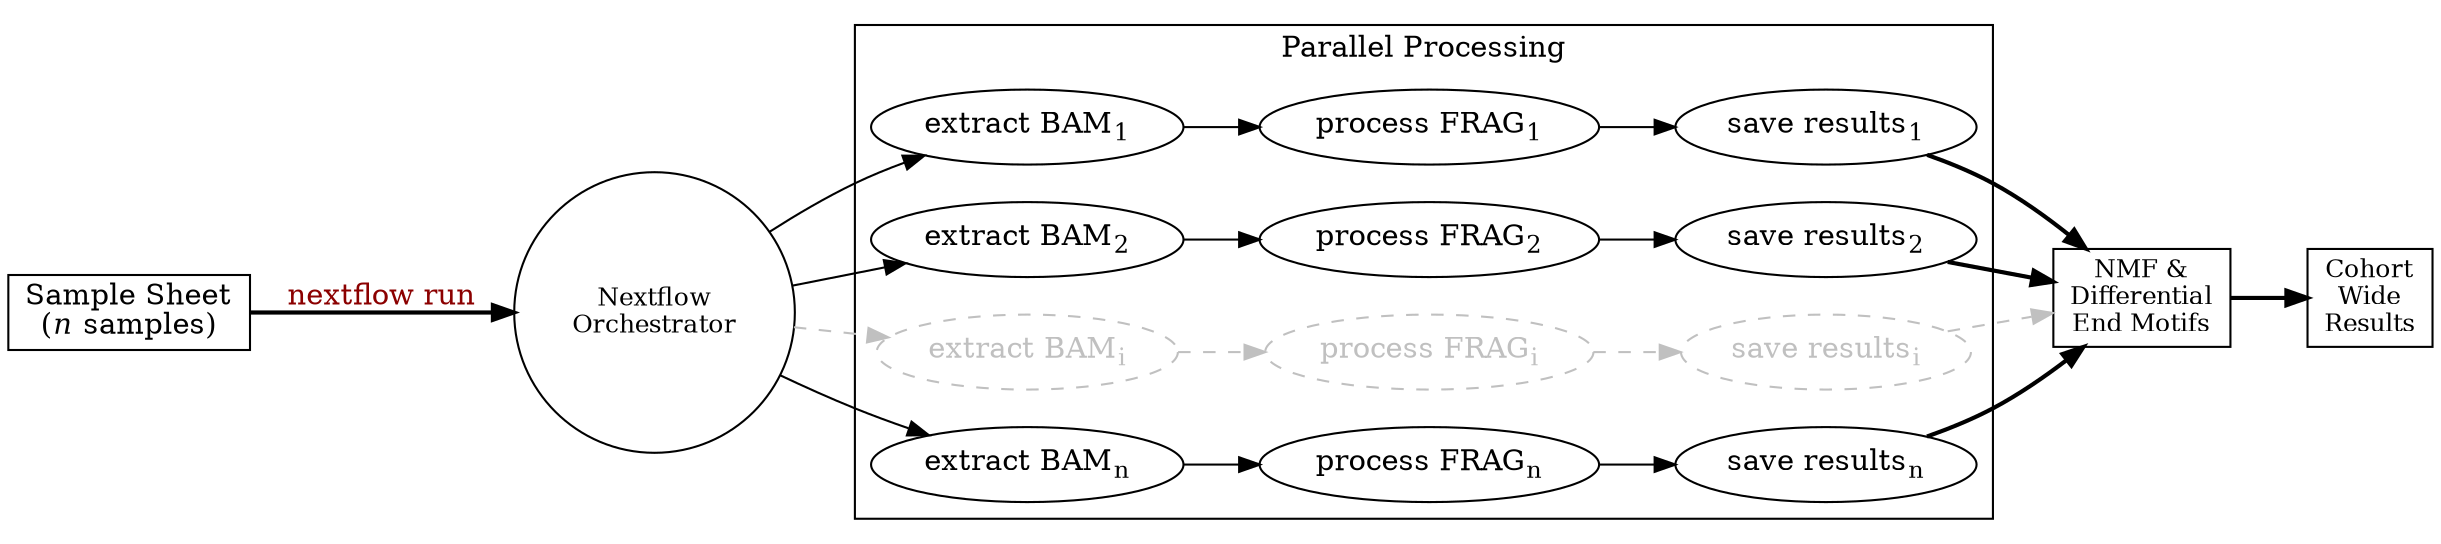
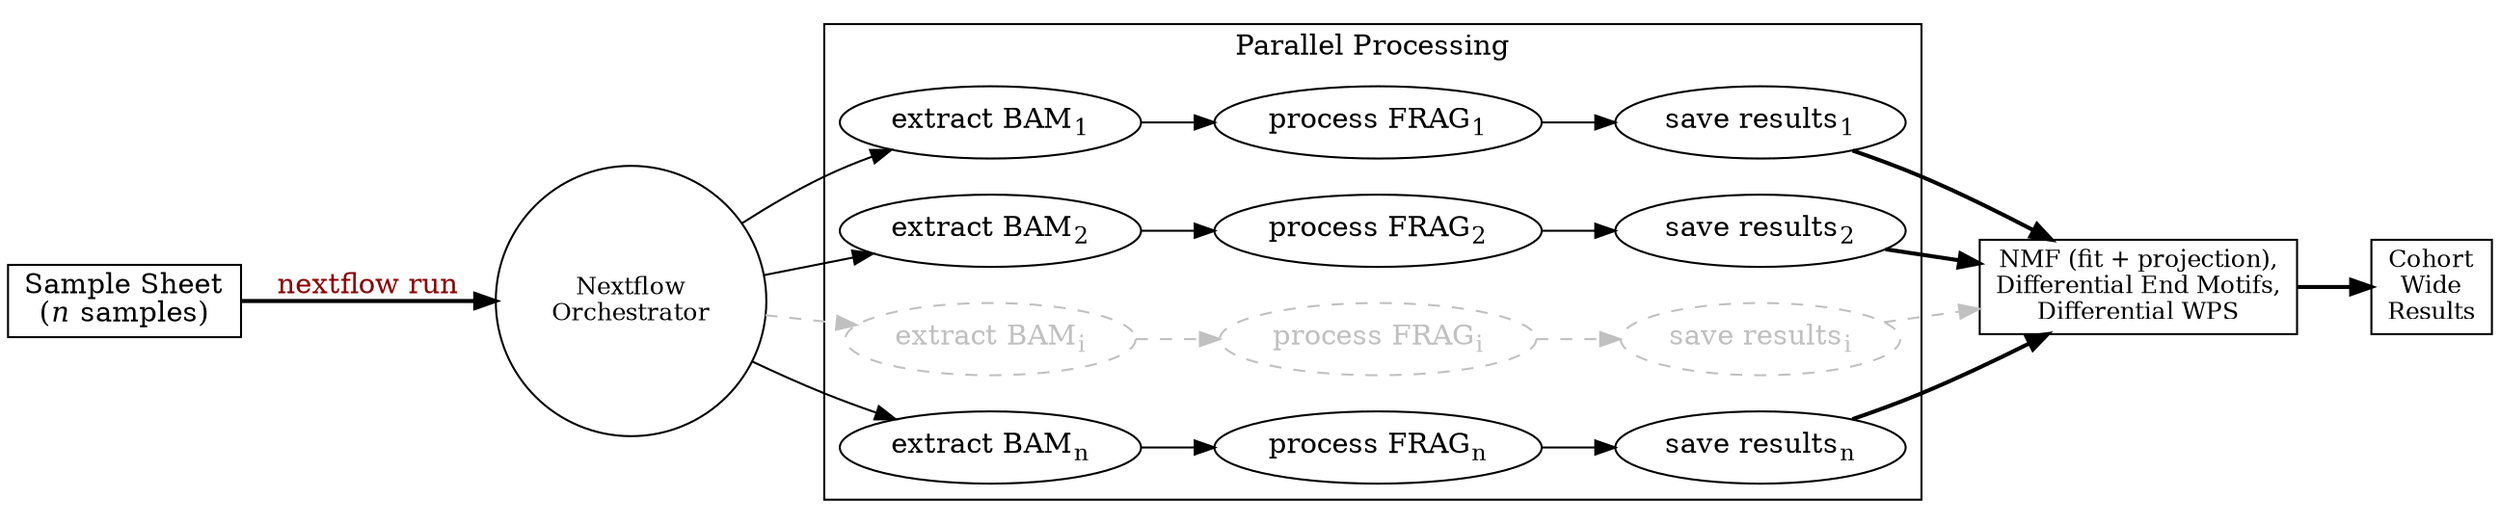
// This file is part of `pyfraglib`, a software suite to calculate fragmentomics
// features from cfDNA and perform downstream analyses.
//
// Copyright (C) 2024 Daniel Schütte, daniel.schuette@iccb-cologne.org
//
// This program is free software: you can redistribute it and/or modify it under
// the terms of the GNU General Public License as published by the Free Software
// Foundation, either version 3 of the License, or (at your option) any later
// version. This program is distributed in the hope that it will be useful, but
// WITHOUT ANY WARRANTY; without even the implied warranty of MERCHANTABILITY or
// FITNESS FOR A PARTICULAR PURPOSE.  See the GNU General Public License for
// more details. You should have received a copy of the GNU General Public
// License along with this program. If not, see <https://www.gnu.org/licenses/>.

digraph Nextflow_Pipeline {
    rankdir=LR;
    // > bgcolor="transparent";

    subgraph cluster_individual {
        label="Parallel Processing";
        style=solid;
        fontsize=14;

        C1 [label=<extract BAM<SUB>1</SUB>>];
        C2 [label=<extract BAM<SUB>2</SUB>>];
        Ci [label=<extract BAM<SUB>i</SUB>>,fontcolor=gray,color=gray,style=dashed];
        Cn [label=<extract BAM<SUB>n</SUB>>];

        D1 [label=<process FRAG<SUB>1</SUB>>];
        D2 [label=<process FRAG<SUB>2</SUB>>];
        Di [label=<process FRAG<SUB>i</SUB>>,fontcolor=gray,color=gray,style=dashed];
        Dn [label=<process FRAG<SUB>n</SUB>>];

        E1 [label=<save results<SUB>1</SUB>>];
        E2 [label=<save results<SUB>2</SUB>>];
        Ei [label=<save results<SUB>i</SUB>>,fontcolor=gray,color=gray,style=dashed];
        En [label=<save results<SUB>n</SUB>>];

        C1 -> D1 -> E1;
        C2 -> D2 -> E2;
        Ci -> Di -> Ei [fontcolor=gray,color=gray,style=dashed];
        Cn -> Dn -> En;
    }

-     F [label="NMF &\nDifferential\nEnd Motifs",shape=box,fontsize=12];
+     F [label="NMF (fit + projection),\nDifferential End Motifs,\nDifferential WPS",shape=box,fontsize=12];
    G [label="Cohort\nWide\nResults",shape=box,fontsize=12];

    A -> B [label="nextflow run",fontcolor=darkred,style=bold];
    B -> C1;
    B -> C2;
    B -> Ci [color=gray,style=dashed];
    B -> Cn;

    E1 -> F [style=bold];
    E2 -> F [style=bold];
    Ei -> F [fontcolor=gray,color=gray,style=dashed];
    En -> F [style=bold];
    F -> G [style=bold];

    A [label=<Sample Sheet<BR/>(<I>n</I> samples)>,shape=box,fontsize=14];
    B [label="Nextflow\nOrchestrator",shape=circle,fontsize=12];
}
